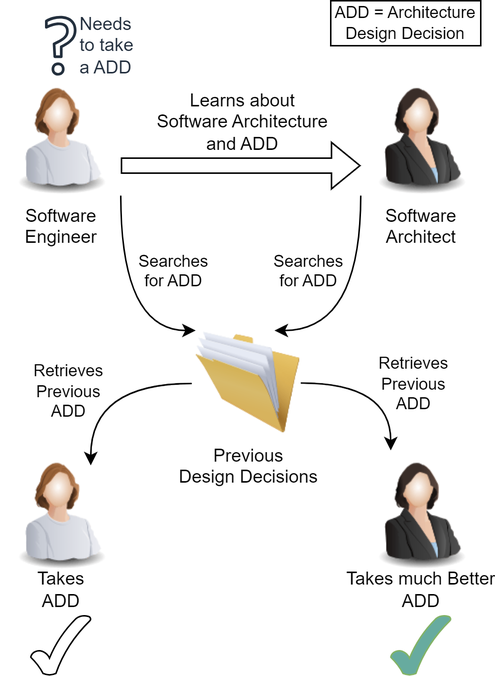
Earlier version of the draw.io export RD_experiments/diagram/approach_small.drawio.png (sa4s-serc/LLM4ADR). Source tidied: cells renumbered, new cells last; positions are measured from the earlier drawing's top-left corner, leaving out a move shared by most shapes.
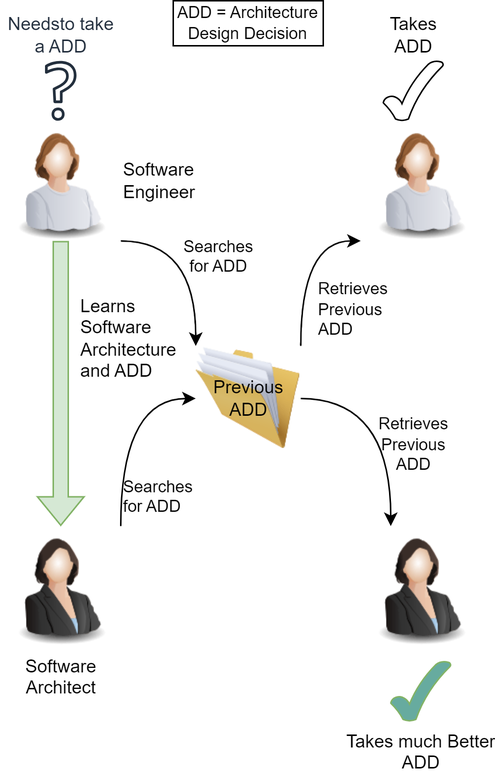
Above is the later version.

Change to the diagram source:
```diff
@@ -5,71 +5,69 @@
     <mxCell id="2" style="edgeStyle=orthogonalEdgeStyle;rounded=0;jettySize=auto;html=1;exitX=1;exitY=1;exitDx=0;exitDy=0;curved=1;entryX=0;entryY=0;entryDx=0;entryDy=0;" parent="1" edge="1" source="3" target="7">
       <mxGeometry relative="1" as="geometry">
         <Array as="points">
-          <mxPoint x="80" y="220" />
+          <mxPoint x="130" y="130" />
         </Array>
       </mxGeometry>
     </mxCell>
-    <mxCell id="3" value="Software&lt;div&gt;Engineer&lt;/div&gt;" style="image;html=1;image=img/lib/clip_art/people/Worker_Woman_128x128.png;labelPosition=center;verticalLabelPosition=bottom;align=center;verticalAlign=top;" parent="1" vertex="1">
+    <mxCell id="3" value="Software&lt;div&gt;Engineer&lt;/div&gt;" style="image;html=1;image=img/lib/clip_art/people/Worker_Woman_128x128.png;labelPosition=right;verticalLabelPosition=middle;align=left;verticalAlign=middle;" parent="1" vertex="1">
       <mxGeometry y="50" width="80" height="80" as="geometry" />
     </mxCell>
-    <mxCell id="4" style="edgeStyle=orthogonalEdgeStyle;rounded=0;jettySize=auto;html=1;exitX=0;exitY=1;exitDx=0;exitDy=0;curved=1;entryX=0.75;entryY=0;entryDx=0;entryDy=0;" parent="1" edge="1" source="5" target="7">
-      <mxGeometry relative="1" as="geometry">
-        <Array as="points">
-          <mxPoint x="240" y="220" />
-        </Array>
-      </mxGeometry>
+    <mxCell id="4" style="edgeStyle=orthogonalEdgeStyle;rounded=0;jettySize=auto;html=1;exitX=1;exitY=0;exitDx=0;exitDy=0;entryX=0;entryY=0.5;entryDx=0;entryDy=0;curved=1;" parent="1" edge="1" source="5" target="7">
+      <mxGeometry relative="1" as="geometry" />
     </mxCell>
     <mxCell id="5" value="Software&lt;div&gt;Architect&lt;/div&gt;" style="image;html=1;image=img/lib/clip_art/people/Suit_Woman_128x128.png;" parent="1" vertex="1">
-      <mxGeometry x="240" y="50" width="80" height="80" as="geometry" />
+      <mxGeometry y="320" width="80" height="80" as="geometry" />
     </mxCell>
     <mxCell id="6" style="edgeStyle=orthogonalEdgeStyle;rounded=0;jettySize=auto;html=1;exitX=1;exitY=0.5;exitDx=0;exitDy=0;entryX=0.25;entryY=0;entryDx=0;entryDy=0;curved=1;labelPosition=right;verticalLabelPosition=middle;align=right;verticalAlign=middle;" parent="1" edge="1" source="7" target="12">
       <mxGeometry x="0.14" y="11" relative="1" as="geometry">
         <mxPoint x="-1" y="-5" as="offset" />
       </mxGeometry>
     </mxCell>
+    <mxCell id="14" style="edgeStyle=orthogonalEdgeStyle;rounded=0;jettySize=auto;html=1;exitX=1;exitY=0;exitDx=0;exitDy=0;entryX=0;entryY=1;entryDx=0;entryDy=0;curved=1;" parent="1" edge="1" source="7" target="10">
+      <mxGeometry relative="1" as="geometry">
+        <Array as="points">
+          <mxPoint x="200" y="130" />
+        </Array>
+      </mxGeometry>
+    </mxCell>
-    <mxCell id="7" value="Previous&lt;div&gt;Design Decisions&lt;/div&gt;" style="image;html=1;image=img/lib/clip_art/general/Full_Folder_128x128.png;" parent="1" vertex="1">
-      <mxGeometry x="130" y="220" width="70" height="70" as="geometry" />
+    <mxCell id="7" value="Previous&lt;div&gt;ADD&lt;/div&gt;" style="image;html=1;image=img/lib/clip_art/general/Full_Folder_128x128.png;labelPosition=center;verticalLabelPosition=middle;align=center;verticalAlign=middle;labelBackgroundColor=none;" parent="1" vertex="1">
+      <mxGeometry x="130" y="200" width="70" height="70" as="geometry" />
     </mxCell>
-    <mxCell id="8" style="shape=flexArrow;endArrow=classic;html=1;rounded=0;labelPosition=right;verticalLabelPosition=top;align=left;verticalAlign=bottom;exitX=1;exitY=0.75;exitDx=0;exitDy=0;entryX=0;entryY=0.75;entryDx=0;entryDy=0;" parent="1" edge="1" source="3" target="5">
+    <mxCell id="8" style="shape=flexArrow;endArrow=classic;html=1;rounded=0;labelPosition=right;verticalLabelPosition=middle;align=left;verticalAlign=middle;exitX=0.5;exitY=1;exitDx=0;exitDy=0;fillColor=#d5e8d4;strokeColor=#82b366;" parent="1" edge="1" source="3" target="5">
       <mxGeometry relative="1" as="geometry" />
     </mxCell>
-    <mxCell id="9" value="&lt;font style=&quot;font-size: 12px;&quot;&gt;Learns about&lt;/font&gt;&lt;div style=&quot;font-size: 12px;&quot;&gt;&lt;font style=&quot;font-size: 12px;&quot;&gt;Software Architecture&lt;/font&gt;&lt;div&gt;&lt;font style=&quot;font-size: 12px;&quot;&gt;and ADD&lt;/font&gt;&lt;/div&gt;&lt;/div&gt;" style="edgeLabel;html=1;align=center;verticalAlign=middle;" parent="8" vertex="1">
-      <mxGeometry x="-0.21" relative="1" as="geometry">
-        <mxPoint x="17" y="-30" as="offset" />
-      </mxGeometry>
-    </mxCell>
     <mxCell id="10" style="image;html=1;image=img/lib/clip_art/people/Worker_Woman_128x128.png;" parent="1" vertex="1">
-      <mxGeometry y="300" width="80" height="80" as="geometry" />
+      <mxGeometry x="240" y="50" width="80" height="80" as="geometry" />
     </mxCell>
     <mxCell id="11" value="Takes&lt;div&gt;ADD&lt;/div&gt;" style="verticalLabelPosition=top;verticalAlign=bottom;html=1;shape=mxgraph.basic.tick;labelPosition=center;align=center;" parent="1" vertex="1">
-      <mxGeometry x="20" y="410" width="40" height="40" as="geometry" />
+      <mxGeometry x="255" y="10" width="40" height="40" as="geometry" />
     </mxCell>
     <mxCell id="12" style="image;html=1;image=img/lib/clip_art/people/Suit_Woman_128x128.png;" parent="1" vertex="1">
-      <mxGeometry x="240" y="300" width="80" height="80" as="geometry" />
+      <mxGeometry x="240" y="320" width="80" height="80" as="geometry" />
     </mxCell>
-    <mxCell id="13" value="Takes much Better&lt;div&gt;ADD&lt;/div&gt;" style="verticalLabelPosition=top;verticalAlign=bottom;html=1;shape=mxgraph.basic.tick;labelPosition=center;align=center;fillColor=#67AB9F;strokeColor=#82b366;" parent="1" vertex="1">
+    <mxCell id="13" value="Takes much Better&lt;div&gt;ADD&lt;/div&gt;" style="verticalLabelPosition=bottom;verticalAlign=top;html=1;shape=mxgraph.basic.tick;labelPosition=center;align=center;fillColor=#67AB9F;strokeColor=#82b366;" parent="1" vertex="1">
       <mxGeometry x="260" y="410" width="40" height="40" as="geometry" />
     </mxCell>
-    <mxCell id="14" style="edgeStyle=orthogonalEdgeStyle;rounded=0;jettySize=auto;html=1;exitX=-0.038;exitY=0.505;exitDx=0;exitDy=0;entryX=0.75;entryY=0.125;entryDx=0;entryDy=0;entryPerimeter=0;curved=1;exitPerimeter=0;labelPosition=left;verticalLabelPosition=middle;align=center;verticalAlign=middle;" parent="1" edge="1" source="7" target="10">
-      <mxGeometry relative="1" as="geometry" />
-    </mxCell>
-    <mxCell id="15" value="Needs&lt;div&gt;to take&lt;div&gt;a&amp;nbsp;&lt;span style=&quot;background-color: initial;&quot;&gt;ADD&lt;/span&gt;&lt;/div&gt;&lt;/div&gt;" style="sketch=0;fontColor=#232F3E;gradientColor=none;fillColor=#232F3D;strokeColor=none;dashed=0;verticalLabelPosition=middle;verticalAlign=middle;align=left;html=1;fontSize=12;fontStyle=0;shape=mxgraph.aws4.question;labelPosition=right;" parent="1" vertex="1">
+    <mxCell id="15" value="Needs&lt;span style=&quot;background-color: initial;&quot;&gt;to take&lt;/span&gt;&lt;div&gt;&lt;div&gt;a&amp;nbsp;&lt;span style=&quot;background-color: initial;&quot;&gt;ADD&lt;/span&gt;&lt;/div&gt;&lt;/div&gt;" style="sketch=0;fontColor=#232F3E;gradientColor=none;fillColor=#232F3D;strokeColor=none;dashed=0;verticalLabelPosition=top;verticalAlign=bottom;align=center;html=1;fontSize=12;fontStyle=0;shape=mxgraph.aws4.question;labelPosition=center;" parent="1" vertex="1">
       <mxGeometry x="29.5" y="10.1" width="21" height="40" as="geometry" />
     </mxCell>
     <mxCell id="16" value="&lt;font style=&quot;font-size: 11px;&quot;&gt;Searches&lt;/font&gt;&lt;div style=&quot;font-size: 11px;&quot;&gt;&lt;font style=&quot;font-size: 11px;&quot;&gt;for ADD&lt;/font&gt;&lt;/div&gt;" style="text;html=1;align=center;verticalAlign=middle;strokeColor=none;fillColor=none;" parent="1" vertex="1">
-      <mxGeometry x="80" y="160" width="70" height="40" as="geometry" />
+      <mxGeometry x="110" y="120" width="70" height="40" as="geometry" />
     </mxCell>
     <mxCell id="17" value="&lt;font style=&quot;font-size: 11px;&quot;&gt;Retrieves&lt;/font&gt;&lt;div style=&quot;font-size: 11px;&quot;&gt;&lt;font style=&quot;font-size: 11px;&quot;&gt;Previous&lt;/font&gt;&lt;/div&gt;&lt;div style=&quot;font-size: 11px;&quot;&gt;&lt;font style=&quot;font-size: 11px;&quot;&gt;ADD&lt;/font&gt;&lt;/div&gt;" style="text;html=1;align=center;verticalAlign=middle;strokeColor=none;fillColor=none;" parent="1" vertex="1">
-      <mxGeometry x="240" y="230" width="70" height="50" as="geometry" />
+      <mxGeometry x="240" y="240" width="70" height="50" as="geometry" />
     </mxCell>
-    <mxCell id="18" value="&lt;font style=&quot;font-size: 11px;&quot;&gt;Retrieves&lt;/font&gt;&lt;div style=&quot;font-size: 11px;&quot;&gt;&lt;font style=&quot;font-size: 11px;&quot;&gt;Previous&lt;/font&gt;&lt;/div&gt;&lt;div style=&quot;font-size: 11px;&quot;&gt;&lt;font style=&quot;font-size: 11px;&quot;&gt;ADD&lt;/font&gt;&lt;/div&gt;" style="text;html=1;align=center;verticalAlign=middle;strokeColor=none;fillColor=none;" parent="1" vertex="1">
-      <mxGeometry x="10" y="235" width="70" height="50" as="geometry" />
+    <mxCell id="18" value="&lt;font style=&quot;font-size: 11px;&quot;&gt;Retrieves&lt;/font&gt;&lt;div style=&quot;font-size: 11px;&quot;&gt;&lt;font style=&quot;font-size: 11px;&quot;&gt;Previous&lt;/font&gt;&lt;/div&gt;&lt;div style=&quot;font-size: 11px;&quot;&gt;&lt;font style=&quot;font-size: 11px;&quot;&gt;ADD&lt;/font&gt;&lt;/div&gt;" style="text;html=1;align=left;verticalAlign=middle;strokeColor=none;fillColor=none;" parent="1" vertex="1">
+      <mxGeometry x="210" y="150" width="70" height="50" as="geometry" />
     </mxCell>
+    <mxCell id="20" value="&lt;div style=&quot;font-size: 11px;&quot;&gt;&lt;span style=&quot;text-wrap: nowrap;&quot;&gt;&lt;font style=&quot;font-size: 11px;&quot;&gt;ADD = Architecture&lt;/font&gt;&lt;/span&gt;&lt;div style=&quot;text-wrap: nowrap;&quot;&gt;&lt;font style=&quot;font-size: 11px;&quot;&gt;Design Decision&lt;/font&gt;&lt;/div&gt;&lt;/div&gt;" style="rounded=0;whiteSpace=wrap;html=1;" parent="1" vertex="1">
+      <mxGeometry x="115" y="-30" width="100" height="30" as="geometry" />
+    </mxCell>
-    <mxCell id="19" value="&lt;font style=&quot;font-size: 11px;&quot;&gt;Searches&lt;/font&gt;&lt;div style=&quot;font-size: 11px;&quot;&gt;&lt;font style=&quot;font-size: 11px;&quot;&gt;for ADD&lt;/font&gt;&lt;/div&gt;" style="text;html=1;align=center;verticalAlign=middle;strokeColor=none;fillColor=none;" parent="1" vertex="1">
-      <mxGeometry x="170" y="160" width="70" height="40" as="geometry" />
+    <mxCell id="19" value="&lt;font style=&quot;font-size: 11px;&quot;&gt;Searches&lt;/font&gt;&lt;div style=&quot;font-size: 11px;&quot;&gt;for ADD&lt;/div&gt;" style="text;html=1;align=left;verticalAlign=middle;strokeColor=none;fillColor=none;" parent="1" vertex="1">
+      <mxGeometry x="80" y="280" width="70" height="40" as="geometry" />
     </mxCell>
-    <mxCell id="20" value="&lt;div style=&quot;font-size: 11px;&quot;&gt;&lt;span style=&quot;text-wrap: nowrap;&quot;&gt;&lt;font style=&quot;font-size: 11px;&quot;&gt;ADD = Architecture&lt;/font&gt;&lt;/span&gt;&lt;div style=&quot;text-wrap: nowrap;&quot;&gt;&lt;font style=&quot;font-size: 11px;&quot;&gt;Design Decision&lt;/font&gt;&lt;/div&gt;&lt;/div&gt;" style="rounded=0;whiteSpace=wrap;html=1;" parent="1" vertex="1">
-      <mxGeometry x="220" width="100" height="30" as="geometry" />
-    </mxCell>
+    <mxCell id="21" value="&lt;div style=&quot;text-align: left;&quot;&gt;&lt;span style=&quot;background-color: initial;&quot;&gt;Learns&lt;/span&gt;&lt;/div&gt;&lt;div style=&quot;text-align: left;&quot;&gt;Software&lt;/div&gt;&lt;div style=&quot;text-align: left;&quot;&gt;Architecture&lt;div&gt;and ADD&lt;/div&gt;&lt;/div&gt;" style="text;html=1;align=center;verticalAlign=middle;strokeColor=none;fillColor=none;" parent="1" vertex="1">
+      <mxGeometry x="40" y="160" width="90" height="70" as="geometry" />
+    </mxCell>
   </root>
 </mxGraphModel>
```
